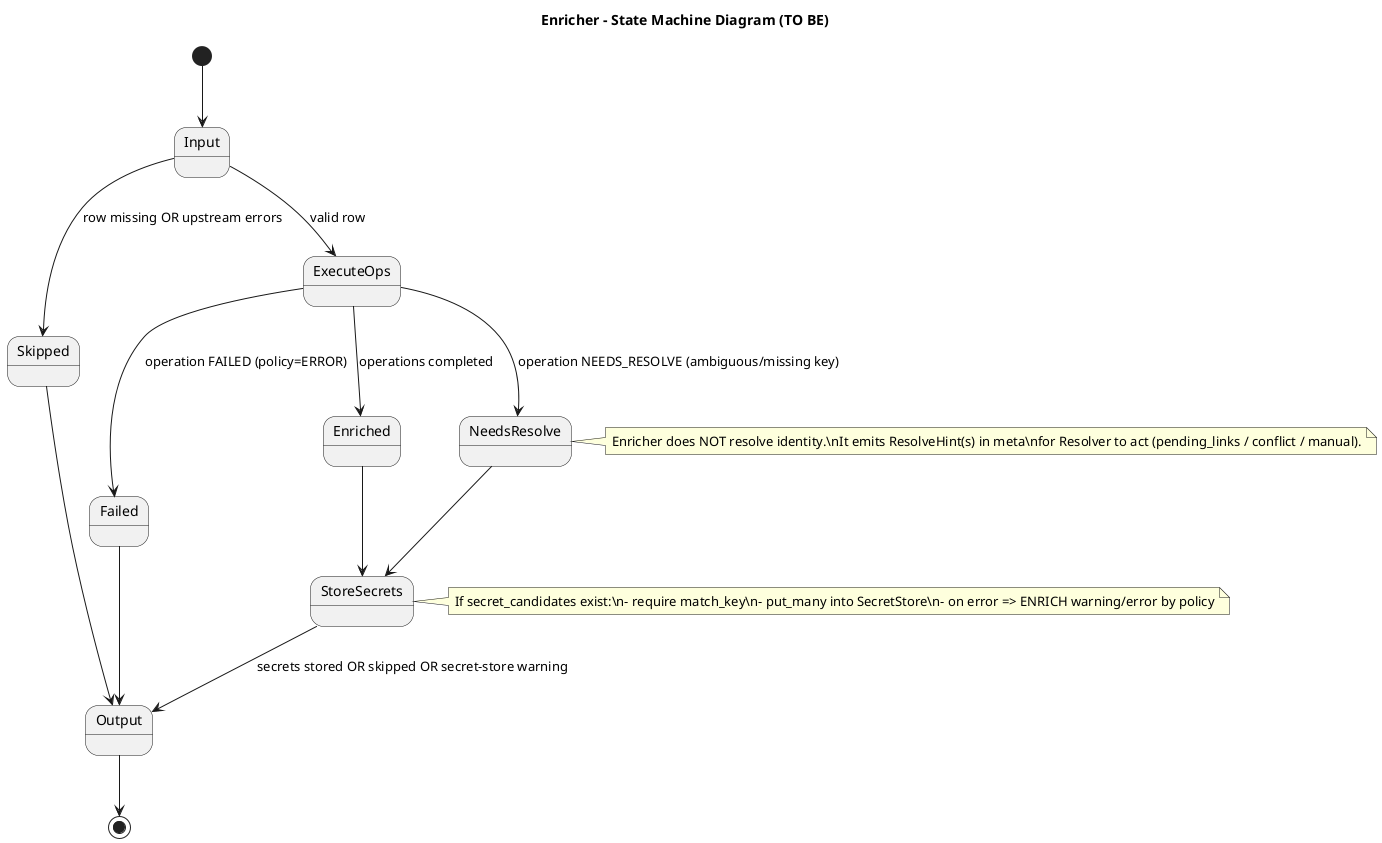
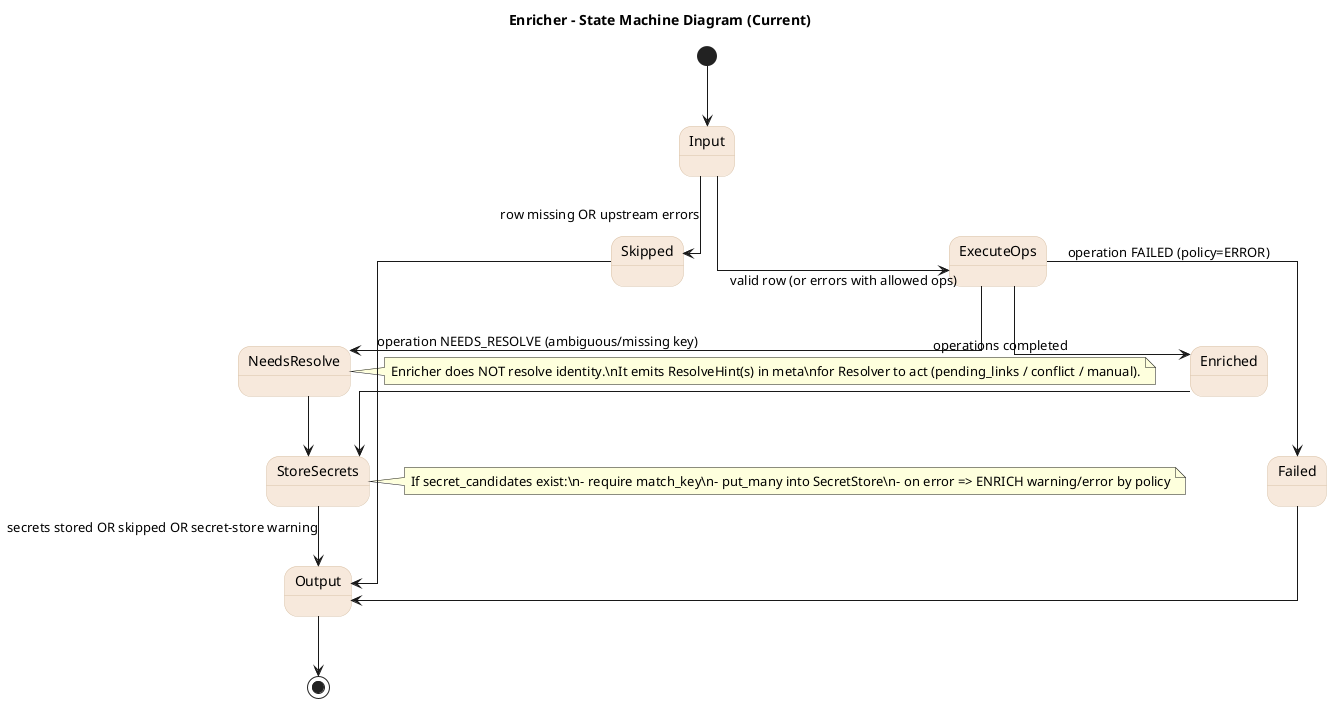
@startuml
- title Enricher - State Machine Diagram (TO BE)
+ title Enricher - State Machine Diagram (Current)
+ skinparam backgroundColor white
+ skinparam linetype ortho
+ skinparam defaultFontName Arial
+ skinparam state {
+   BackgroundColor #f7e9dc
+   BorderColor #d9c2a8
+ }

[*] --> Input

Input --> Skipped : row missing OR upstream errors
- Input --> ExecuteOps : valid row
+ Input --> ExecuteOps : valid row (or errors with allowed ops)

ExecuteOps --> Failed : operation FAILED (policy=ERROR)
ExecuteOps --> NeedsResolve : operation NEEDS_RESOLVE (ambiguous/missing key)
ExecuteOps --> Enriched : operations completed

NeedsResolve --> StoreSecrets
Enriched --> StoreSecrets
Skipped --> Output

StoreSecrets --> Output : secrets stored OR skipped OR secret-store warning

Failed --> Output

Output --> [*]

note right of NeedsResolve
Enricher does NOT resolve identity.\nIt emits ResolveHint(s) in meta\nfor Resolver to act (pending_links / conflict / manual).
end note

note right of StoreSecrets
If secret_candidates exist:\n- require match_key\n- put_many into SecretStore\n- on error => ENRICH warning/error by policy
end note

@enduml
